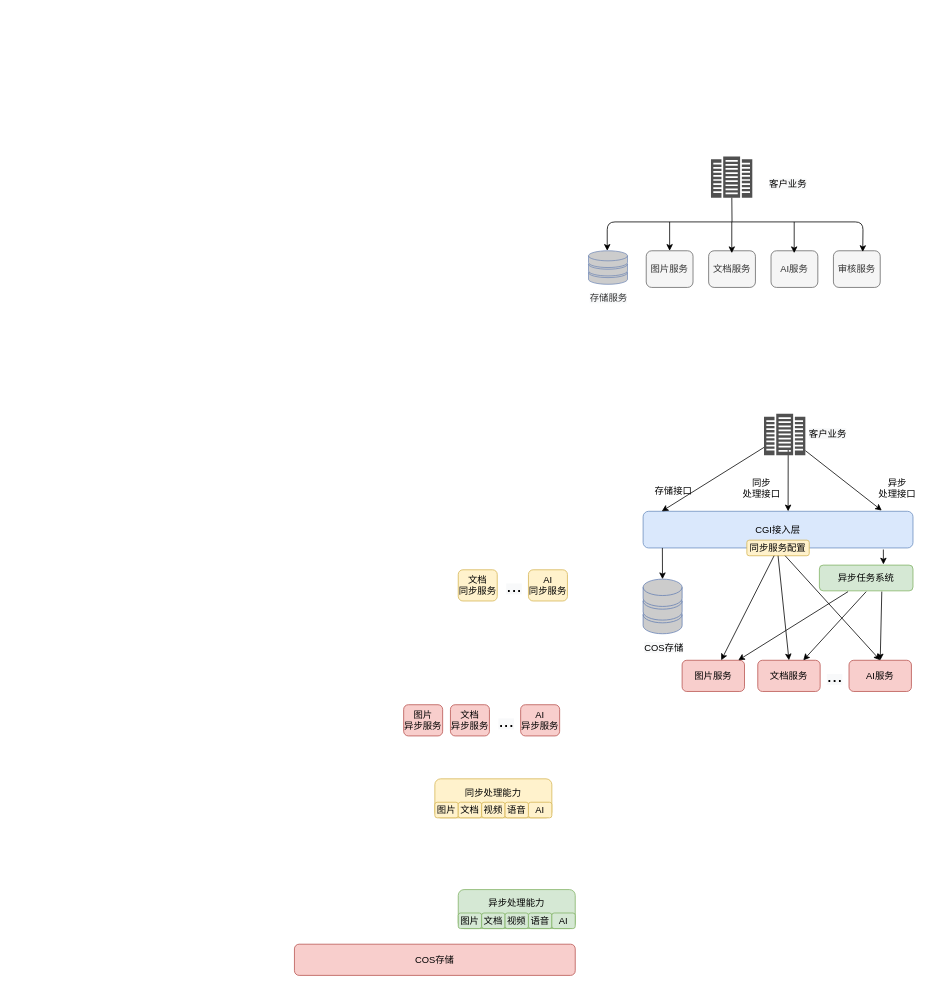
Before: page "整体架构图" (3 of 5) of Untitled Diagram.drawio in wangnan8791/document, a draw.io diagram. Source tidied: cells renumbered, new cells numbered last; positions are measured from the earlier drawing's top-left corner, leaving out a move shared by most shapes. Both pictures are drawn from the tidied source at 78%, with x=0, y=0 at pixel (294, 156). Pictures stored in the file or linked from it are replaced by grey dashed boxes.
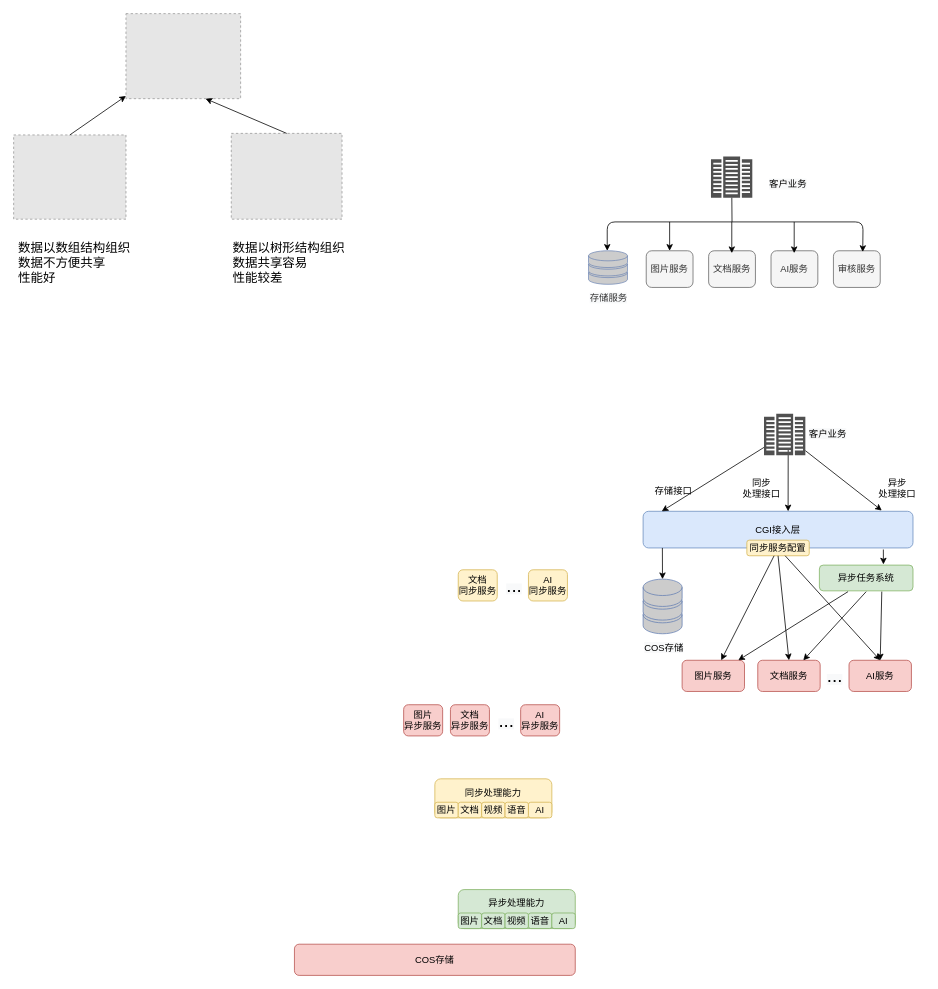
The same page after the edit.

The edit, as a diff of the source:
```diff
@@
+    <mxCell id="60" style="fillColor=#E6E6E6;strokeColor=#999999;dashed=1;verticalLabelPosition=bottom;labelBackgroundColor=#ffffff;verticalAlign=top;" parent="1" vertex="1">
+      <mxGeometry x="-360" y="-27.5" width="144" height="108" as="geometry" />
+    </mxCell>
+    <mxCell id="61" style="fillColor=#E6E6E6;strokeColor=#999999;dashed=1;verticalLabelPosition=bottom;labelBackgroundColor=#ffffff;verticalAlign=top;" parent="1" vertex="1">
+      <mxGeometry x="-81" y="-29.5" width="142" height="110" as="geometry" />
+    </mxCell>
+    <mxCell id="62" style="fillColor=#E6E6E6;strokeColor=#999999;dashed=1;verticalLabelPosition=bottom;labelBackgroundColor=#ffffff;verticalAlign=top;" parent="1" vertex="1">
+      <mxGeometry x="-216" y="-183" width="147" height="109" as="geometry" />
+    </mxCell>
+    <mxCell id="63" style="endArrow=classic;html=1;exitX=0.5;exitY=0;exitDx=0;exitDy=0;" parent="1" edge="1" source="60" target="62">
+      <mxGeometry relative="1" as="geometry" />
+    </mxCell>
+    <mxCell id="64" style="endArrow=classic;html=1;exitX=0.5;exitY=0;exitDx=0;exitDy=0;entryX=0.694;entryY=1;entryDx=0;entryDy=0;entryPerimeter=0;" parent="1" edge="1" source="61" target="62">
+      <mxGeometry relative="1" as="geometry" />
+    </mxCell>
+    <mxCell id="65" value="&lt;div style=&quot;font-size: 16px&quot;&gt;&lt;font face=&quot;helvetica&quot;&gt;数据以数组结构组织&lt;/font&gt;&lt;/div&gt;&lt;div style=&quot;font-size: 16px&quot;&gt;&lt;font face=&quot;helvetica&quot; style=&quot;font-size: 16px&quot;&gt;数据不方便共享&lt;/font&gt;&lt;/div&gt;&lt;div style=&quot;font-size: 16px&quot;&gt;&lt;span style=&quot;font-family: &amp;#34;helvetica&amp;#34;&quot;&gt;性能好&lt;/span&gt;&lt;font face=&quot;helvetica&quot; style=&quot;font-size: 16px&quot;&gt;&lt;br&gt;&lt;/font&gt;&lt;/div&gt;" style="text;whiteSpace=wrap;html=1;align=left;" parent="1" vertex="1">
+      <mxGeometry x="-356" y="101" width="162" height="43" as="geometry" />
+    </mxCell>
+    <mxCell id="66" value="&lt;div style=&quot;font-size: 16px&quot;&gt;&lt;font face=&quot;helvetica&quot;&gt;数据以树形结构组织&lt;/font&gt;&lt;/div&gt;&lt;div style=&quot;font-size: 16px&quot;&gt;&lt;font face=&quot;helvetica&quot;&gt;数据共享容易&lt;/font&gt;&lt;/div&gt;&lt;div style=&quot;font-size: 16px&quot;&gt;&lt;font face=&quot;helvetica&quot;&gt;性能较差&lt;/font&gt;&lt;/div&gt;" style="text;whiteSpace=wrap;html=1;align=left;" parent="1" vertex="1">
+      <mxGeometry x="-81" y="101" width="157" height="43" as="geometry" />
+    </mxCell>
+    <mxCell id="67" style="edgeStyle=orthogonalEdgeStyle;rounded=0;orthogonalLoop=1;jettySize=auto;html=1;exitX=0.5;exitY=1;exitDx=0;exitDy=0;dashed=1;fontColor=#000000;" parent="1" edge="1" source="66" target="66">
+      <mxGeometry relative="1" as="geometry" />
+    </mxCell>
```
